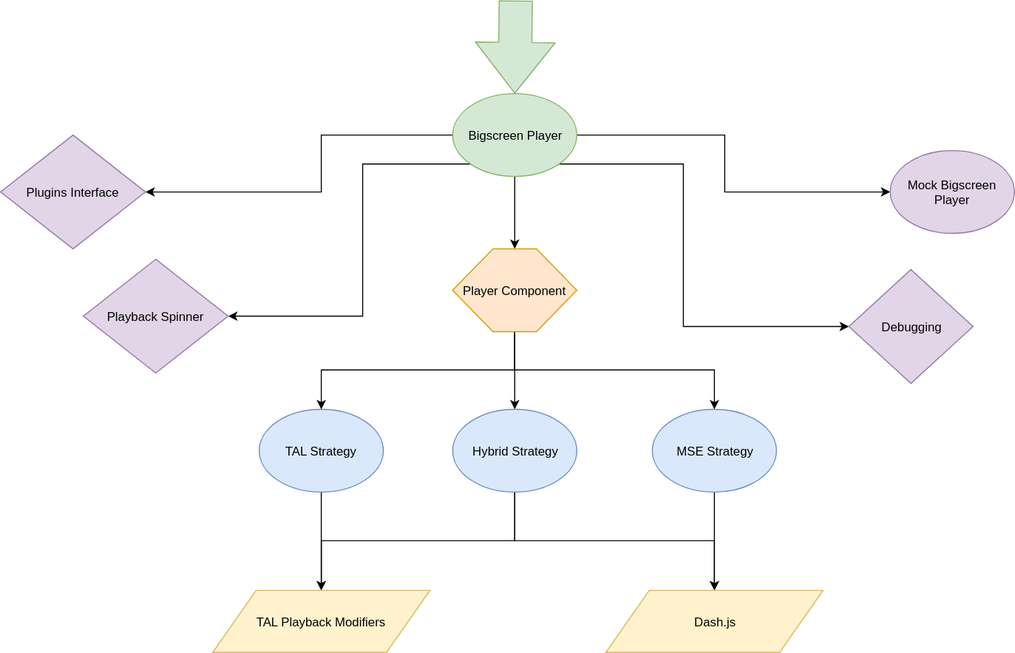
bbc/bigscreen-player keeps this draw.io diagram as docs/arch/overarch.svg. Above is the earlier version. Source tidied: cells renumbered, new cells last; positions are measured from the earlier drawing's top-left corner, leaving out a move shared by most shapes.
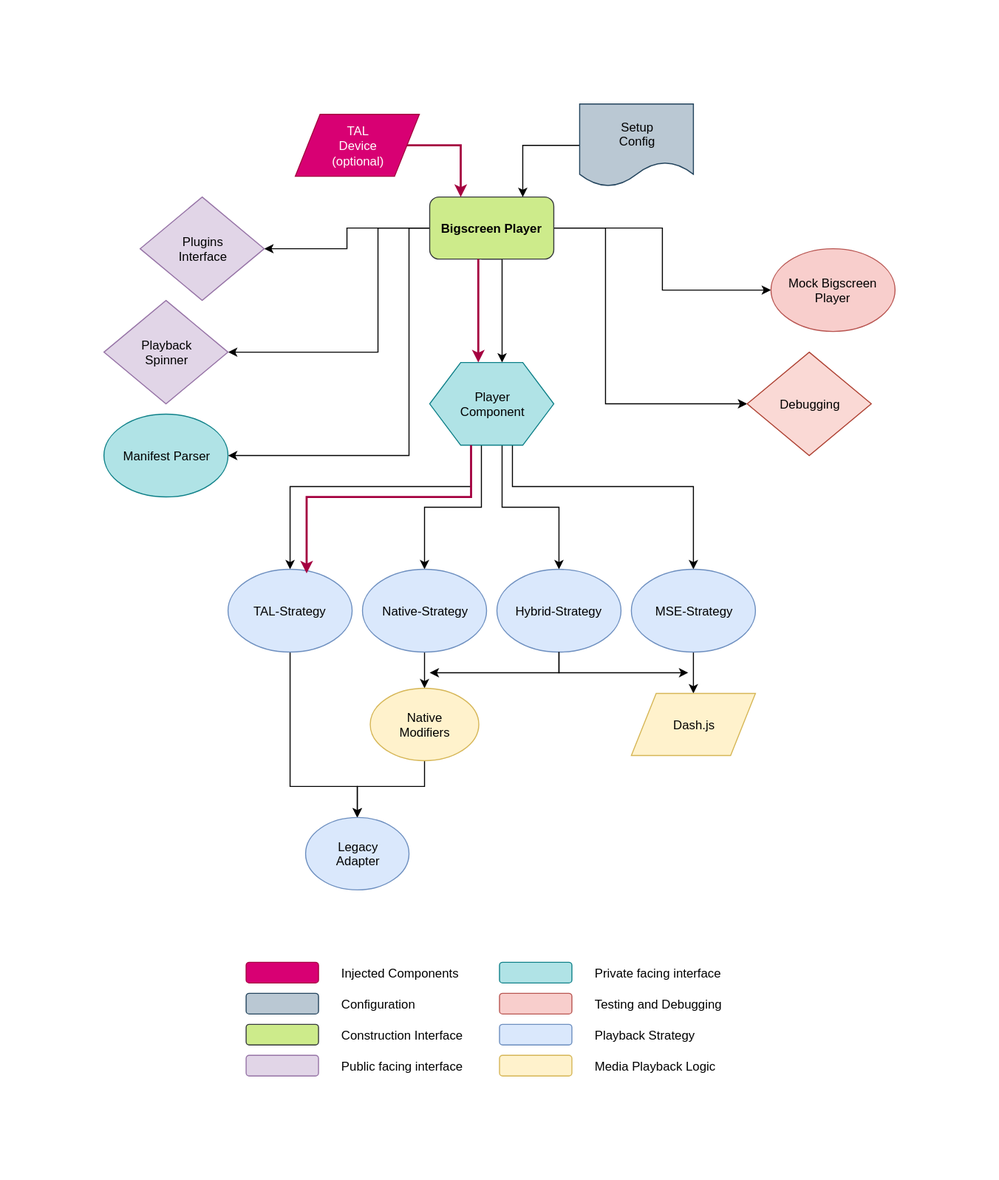
After the commit.

Commit message:
Updated bsp architecture docs image

The edit, as a diff of the source:
```diff
@@ -1,2 +1,2 @@
-<mxGraphModel background="#ffffff">
+<mxGraphModel>
   <root>
@@ -4,18 +4,18 @@
     <mxCell id="1" parent="0" />
-    <mxCell id="2" style="edgeStyle=orthogonalEdgeStyle;rounded=0;html=1;exitX=0.5;exitY=1;entryX=0.5;entryY=0;jettySize=auto;" parent="1" edge="1" source="7" target="18">
-      <mxGeometry relative="1" as="geometry" />
+    <mxCell id="2" style="edgeStyle=orthogonalEdgeStyle;rounded=0;html=1;jettySize=auto;" parent="1" edge="1" target="13">
+      <mxGeometry relative="1" as="geometry">
+        <mxPoint x="120" y="20" as="sourcePoint" />
+        <Array as="points">
+          <mxPoint x="140" y="20" />
+        </Array>
+      </mxGeometry>
     </mxCell>
-    <mxCell id="3" style="edgeStyle=orthogonalEdgeStyle;rounded=0;html=1;exitX=1;exitY=1;jettySize=auto;entryX=0;entryY=0.5;" parent="1" edge="1" source="7" target="23">
-      <mxGeometry relative="1" as="geometry">
-        <Array as="points">
-          <mxPoint x="660" y="158" />
-          <mxPoint x="660" y="315" />
-        </Array>
-      </mxGeometry>
+    <mxCell id="3" style="edgeStyle=orthogonalEdgeStyle;rounded=0;html=1;exitX=1;exitY=0.5;exitDx=0;exitDy=0;entryX=0;entryY=0.5;entryDx=0;entryDy=0;jettySize=auto;" parent="1" edge="1" source="8" target="26">
+      <mxGeometry relative="1" as="geometry" />
     </mxCell>
-    <mxCell id="4" style="edgeStyle=orthogonalEdgeStyle;rounded=0;html=1;exitX=0;exitY=0.5;entryX=1;entryY=0.5;jettySize=auto;" parent="1" edge="1" source="7" target="24">
+    <mxCell id="4" style="edgeStyle=orthogonalEdgeStyle;rounded=0;html=1;exitX=1;exitY=0.5;exitDx=0;exitDy=0;entryX=0;entryY=0.5;entryDx=0;entryDy=0;jettySize=auto;" parent="1" edge="1" source="8" target="28">
       <mxGeometry relative="1" as="geometry">
         <Array as="points">
-          <mxPoint x="310" y="130" />
-          <mxPoint x="310" y="185" />
+          <mxPoint x="240" y="-10" />
+          <mxPoint x="240" y="160" />
         </Array>
@@ -23,7 +23,7 @@
     </mxCell>
-    <mxCell id="5" style="edgeStyle=orthogonalEdgeStyle;rounded=0;html=1;exitX=0;exitY=1;entryX=1;entryY=0.5;jettySize=auto;" parent="1" edge="1" source="7" target="25">
+    <mxCell id="5" style="edgeStyle=orthogonalEdgeStyle;rounded=0;html=1;exitX=0;exitY=0.5;exitDx=0;exitDy=0;entryX=1;entryY=0.5;entryDx=0;entryDy=0;jettySize=auto;" parent="1" edge="1" source="8" target="30">
       <mxGeometry relative="1" as="geometry">
         <Array as="points">
-          <mxPoint x="350" y="158" />
-          <mxPoint x="350" y="305" />
+          <mxPoint x="-10" y="-10" />
+          <mxPoint x="-10" y="10" />
         </Array>
@@ -31,7 +31,7 @@
     </mxCell>
-    <mxCell id="6" style="edgeStyle=orthogonalEdgeStyle;rounded=0;html=1;exitX=1;exitY=0.5;entryX=0;entryY=0.5;jettySize=auto;" parent="1" edge="1" source="7" target="22">
+    <mxCell id="6" style="edgeStyle=orthogonalEdgeStyle;rounded=0;html=1;exitX=0;exitY=0.5;exitDx=0;exitDy=0;entryX=1;entryY=0.5;entryDx=0;entryDy=0;jettySize=auto;" parent="1" edge="1" source="8" target="29">
       <mxGeometry relative="1" as="geometry">
         <Array as="points">
-          <mxPoint x="700" y="130" />
-          <mxPoint x="700" y="185" />
+          <mxPoint x="20" y="-10" />
+          <mxPoint x="20" y="110" />
         </Array>
@@ -39,63 +39,209 @@
     </mxCell>
-    <mxCell id="7" value="Bigscreen Player" style="ellipse;whiteSpace=wrap;html=1;fillColor=#d5e8d4;strokeColor=#82b366;" parent="1" vertex="1">
-      <mxGeometry x="437" y="90" width="120" height="80" as="geometry" />
+    <mxCell id="7" style="edgeStyle=orthogonalEdgeStyle;rounded=0;html=1;exitX=0;exitY=0.5;exitDx=0;exitDy=0;entryX=1;entryY=0.5;entryDx=0;entryDy=0;jettySize=auto;" parent="1" edge="1" source="8" target="27">
+      <mxGeometry relative="1" as="geometry">
+        <Array as="points">
+          <mxPoint x="50" y="-10" />
+          <mxPoint x="50" y="210" />
+        </Array>
+      </mxGeometry>
     </mxCell>
-    <mxCell id="8" style="edgeStyle=orthogonalEdgeStyle;rounded=0;html=1;exitX=0.5;exitY=1;entryX=0.5;entryY=0;jettySize=auto;" parent="1" edge="1" source="9" target="20">
-      <mxGeometry relative="1" as="geometry" />
+    <mxCell id="8" value="Bigscreen Player&lt;br&gt;" style="rounded=1;whiteSpace=wrap;html=1;fontStyle=1;fillColor=#cdeb8b;strokeColor=#36393d;" parent="1" vertex="1">
+      <mxGeometry x="70" y="-40" width="120" height="60" as="geometry" />
     </mxCell>
-    <mxCell id="9" value="TAL Strategy&lt;br&gt;" style="ellipse;whiteSpace=wrap;html=1;fillColor=#dae8fc;strokeColor=#6c8ebf;" parent="1" vertex="1">
-      <mxGeometry x="250" y="394.5" width="120" height="80" as="geometry" />
+    <mxCell id="9" style="edgeStyle=orthogonalEdgeStyle;rounded=0;html=1;exitX=0.375;exitY=1;exitDx=0;exitDy=0;jettySize=auto;entryX=0.5;entryY=0;entryDx=0;entryDy=0;" parent="1" edge="1" source="13" target="15">
+      <mxGeometry relative="1" as="geometry">
+        <Array as="points">
+          <mxPoint x="115" y="160" />
+          <mxPoint x="110" y="160" />
+          <mxPoint x="110" y="240" />
+          <mxPoint x="-65" y="240" />
+        </Array>
+      </mxGeometry>
     </mxCell>
-    <mxCell id="10" style="edgeStyle=orthogonalEdgeStyle;rounded=0;html=1;exitX=0.5;exitY=1;jettySize=auto;" parent="1" edge="1" source="12">
+    <mxCell id="10" style="edgeStyle=orthogonalEdgeStyle;rounded=0;html=1;exitX=0.375;exitY=1;exitDx=0;exitDy=0;entryX=0.5;entryY=0;entryDx=0;entryDy=0;jettySize=auto;" parent="1" edge="1" source="13" target="17">
       <mxGeometry relative="1" as="geometry">
-        <mxPoint x="690" y="570" as="targetPoint" />
+        <Array as="points">
+          <mxPoint x="115" y="160" />
+          <mxPoint x="120" y="160" />
+          <mxPoint x="120" y="260" />
+          <mxPoint x="65" y="260" />
+        </Array>
       </mxGeometry>
     </mxCell>
-    <mxCell id="11" style="edgeStyle=orthogonalEdgeStyle;rounded=0;html=1;exitX=0.5;exitY=1;entryX=0.5;entryY=0;jettySize=auto;" parent="1" edge="1" source="12" target="20">
-      <mxGeometry relative="1" as="geometry" />
+    <mxCell id="11" style="edgeStyle=orthogonalEdgeStyle;rounded=0;html=1;exitX=0.5;exitY=1;exitDx=0;exitDy=0;entryX=0.5;entryY=0;entryDx=0;entryDy=0;jettySize=auto;" parent="1" edge="1" source="13" target="20">
+      <mxGeometry relative="1" as="geometry">
+        <Array as="points">
+          <mxPoint x="130" y="160" />
+          <mxPoint x="140" y="160" />
+          <mxPoint x="140" y="260" />
+          <mxPoint x="195" y="260" />
+        </Array>
+      </mxGeometry>
     </mxCell>
-    <mxCell id="12" value="Hybrid Strategy&lt;br&gt;" style="ellipse;whiteSpace=wrap;html=1;fillColor=#dae8fc;strokeColor=#6c8ebf;" parent="1" vertex="1">
-      <mxGeometry x="437" y="394.5" width="120" height="80" as="geometry" />
+    <mxCell id="12" style="edgeStyle=orthogonalEdgeStyle;rounded=0;html=1;exitX=0.625;exitY=1;exitDx=0;exitDy=0;entryX=0.5;entryY=0;entryDx=0;entryDy=0;jettySize=auto;" parent="1" edge="1" source="13" target="19">
+      <mxGeometry relative="1" as="geometry">
+        <Array as="points">
+          <mxPoint x="145" y="160" />
+          <mxPoint x="150" y="160" />
+          <mxPoint x="150" y="240" />
+          <mxPoint x="325" y="240" />
+        </Array>
+      </mxGeometry>
     </mxCell>
-    <mxCell id="13" style="edgeStyle=orthogonalEdgeStyle;rounded=0;html=1;exitX=0.5;exitY=1;entryX=0.5;entryY=0;jettySize=auto;" parent="1" edge="1" source="14" target="21">
-      <mxGeometry relative="1" as="geometry" />
+    <mxCell id="13" value="Player &lt;br&gt;Component" style="shape=hexagon;perimeter=hexagonPerimeter2;whiteSpace=wrap;html=1;fillColor=#b0e3e6;strokeColor=#0e8088;" parent="1" vertex="1">
+      <mxGeometry x="70" y="120" width="120" height="80" as="geometry" />
     </mxCell>
-    <mxCell id="14" value="MSE Strategy&lt;br&gt;" style="ellipse;whiteSpace=wrap;html=1;fillColor=#dae8fc;strokeColor=#6c8ebf;" parent="1" vertex="1">
-      <mxGeometry x="630" y="394.5" width="120" height="80" as="geometry" />
+    <mxCell id="14" style="edgeStyle=orthogonalEdgeStyle;rounded=0;html=1;exitX=0.5;exitY=1;exitDx=0;exitDy=0;entryX=0.5;entryY=0;entryDx=0;entryDy=0;jettySize=auto;" parent="1" edge="1" source="15" target="25">
+      <mxGeometry relative="1" as="geometry">
+        <Array as="points">
+          <mxPoint x="-65" y="530" />
+          <mxPoint y="530" />
+        </Array>
+      </mxGeometry>
     </mxCell>
-    <mxCell id="15" style="edgeStyle=orthogonalEdgeStyle;rounded=0;html=1;exitX=0.5;exitY=1;entryX=0.5;entryY=0;jettySize=auto;" parent="1" edge="1" source="18" target="9">
-      <mxGeometry relative="1" as="geometry" />
+    <mxCell id="15" value="TAL-Strategy" style="ellipse;whiteSpace=wrap;html=1;fillColor=#dae8fc;strokeColor=#6c8ebf;" parent="1" vertex="1">
+      <mxGeometry x="-125" y="320" width="120" height="80" as="geometry" />
     </mxCell>
-    <mxCell id="16" style="edgeStyle=orthogonalEdgeStyle;rounded=0;html=1;exitX=0.5;exitY=1;entryX=0.5;entryY=0;jettySize=auto;" parent="1" edge="1" source="18" target="12">
+    <mxCell id="16" style="edgeStyle=orthogonalEdgeStyle;rounded=0;html=1;exitX=0.5;exitY=1;exitDx=0;exitDy=0;entryX=0.5;entryY=0;entryDx=0;entryDy=0;jettySize=auto;" parent="1" edge="1" source="17" target="33">
       <mxGeometry relative="1" as="geometry" />
     </mxCell>
-    <mxCell id="17" style="edgeStyle=orthogonalEdgeStyle;rounded=0;html=1;exitX=0.5;exitY=1;entryX=0.5;entryY=0;jettySize=auto;" parent="1" edge="1" source="18" target="14">
-      <mxGeometry relative="1" as="geometry" />
+    <mxCell id="17" value="Native-Strategy" style="ellipse;whiteSpace=wrap;html=1;fillColor=#dae8fc;strokeColor=#6c8ebf;" parent="1" vertex="1">
+      <mxGeometry x="5" y="320" width="120" height="80" as="geometry" />
     </mxCell>
-    <mxCell id="18" value="Player Component" style="shape=hexagon;perimeter=hexagonPerimeter2;whiteSpace=wrap;html=1;size=0.325;fillColor=#ffe6cc;strokeColor=#d79b00;" parent="1" vertex="1">
-      <mxGeometry x="437" y="240" width="120" height="80" as="geometry" />
+    <mxCell id="18" style="edgeStyle=orthogonalEdgeStyle;rounded=0;html=1;exitX=0.5;exitY=1;exitDx=0;exitDy=0;entryX=0.5;entryY=0;entryDx=0;entryDy=0;jettySize=auto;" parent="1" edge="1" source="19" target="21">
+      <mxGeometry relative="1" as="geometry" />
     </mxCell>
-    <mxCell id="19" style="shape=flexArrow;endArrow=classic;html=1;fillColor=#d5e8d4;entryX=0.5;entryY=0;strokeColor=#82b366;endWidth=44;endSize=16;width=32;" parent="1" edge="1" target="7">
-      <mxGeometry relative="1" as="geometry">
-        <mxPoint x="498" as="sourcePoint" />
-      </mxGeometry>
+    <mxCell id="19" value="MSE-Strategy" style="ellipse;whiteSpace=wrap;html=1;fillColor=#dae8fc;strokeColor=#6c8ebf;" parent="1" vertex="1">
+      <mxGeometry x="265" y="320" width="120" height="80" as="geometry" />
     </mxCell>
-    <mxCell id="20" value="TAL Playback Modifiers" style="shape=parallelogram;perimeter=parallelogramPerimeter;whiteSpace=wrap;html=1;fillColor=#fff2cc;strokeColor=#d6b656;" parent="1" vertex="1">
-      <mxGeometry x="205" y="570" width="210" height="60" as="geometry" />
+    <mxCell id="20" value="Hybrid-Strategy" style="ellipse;whiteSpace=wrap;html=1;fillColor=#dae8fc;strokeColor=#6c8ebf;" parent="1" vertex="1">
+      <mxGeometry x="135" y="320" width="120" height="80" as="geometry" />
     </mxCell>
-    <mxCell id="21" value="Dash.js" style="shape=parallelogram;perimeter=parallelogramPerimeter;whiteSpace=wrap;html=1;fillColor=#fff2cc;strokeColor=#d6b656;" parent="1" vertex="1">
-      <mxGeometry x="585" y="570" width="210" height="60" as="geometry" />
+    <mxCell id="21" value="Dash.js&lt;br&gt;" style="shape=parallelogram;perimeter=parallelogramPerimeter;whiteSpace=wrap;html=1;fillColor=#fff2cc;strokeColor=#d6b656;" parent="1" vertex="1">
+      <mxGeometry x="265" y="440" width="120" height="60" as="geometry" />
     </mxCell>
-    <mxCell id="22" value="Mock Bigscreen Player" style="ellipse;whiteSpace=wrap;html=1;fillColor=#e1d5e7;strokeColor=#9673a6;" parent="1" vertex="1">
-      <mxGeometry x="860" y="145" width="120" height="80" as="geometry" />
+    <mxCell id="22" style="edgeStyle=orthogonalEdgeStyle;rounded=0;html=1;exitX=0.5;exitY=1;exitDx=0;exitDy=0;entryX=0.5;entryY=0;entryDx=0;entryDy=0;jettySize=auto;" parent="1" edge="1" source="33" target="25">
+      <mxGeometry relative="1" as="geometry">
+        <Array as="points">
+          <mxPoint x="65" y="530" />
+          <mxPoint y="530" />
+        </Array>
+      </mxGeometry>
     </mxCell>
-    <mxCell id="23" value="Debugging" style="rhombus;whiteSpace=wrap;html=1;fillColor=#e1d5e7;strokeColor=#9673a6;" parent="1" vertex="1">
-      <mxGeometry x="820" y="260" width="120" height="110" as="geometry" />
+    <mxCell id="23" style="edgeStyle=orthogonalEdgeStyle;rounded=0;html=1;exitX=1;exitY=0.5;exitDx=0;exitDy=0;entryX=0.25;entryY=0;entryDx=0;entryDy=0;jettySize=auto;strokeWidth=2;fillColor=#d80073;strokeColor=#A50040;" parent="1" edge="1" source="24" target="8">
+      <mxGeometry relative="1" as="geometry" />
     </mxCell>
-    <mxCell id="24" value="Plugins Interface" style="rhombus;whiteSpace=wrap;html=1;fillColor=#e1d5e7;strokeColor=#9673a6;" parent="1" vertex="1">
-      <mxGeometry y="130" width="140" height="110" as="geometry" />
+    <mxCell id="24" value="TAL&lt;br&gt;Device&lt;br&gt;(optional)&lt;br&gt;" style="shape=parallelogram;perimeter=parallelogramPerimeter;whiteSpace=wrap;html=1;fillColor=#d80073;strokeColor=#A50040;fontColor=#ffffff;" parent="1" vertex="1">
+      <mxGeometry x="-60" y="-120" width="120" height="60" as="geometry" />
     </mxCell>
-    <mxCell id="25" value="Playback Spinner" style="rhombus;whiteSpace=wrap;html=1;fillColor=#e1d5e7;strokeColor=#9673a6;" parent="1" vertex="1">
-      <mxGeometry x="80" y="250" width="140" height="110" as="geometry" />
+    <mxCell id="25" value="Legacy&lt;br&gt;Adapter&lt;br&gt;" style="ellipse;whiteSpace=wrap;html=1;fillColor=#dae8fc;strokeColor=#6c8ebf;" parent="1" vertex="1">
+      <mxGeometry x="-50" y="560" width="100" height="70" as="geometry" />
     </mxCell>
+    <mxCell id="26" value="Mock Bigscreen&lt;br&gt;Player&lt;br&gt;" style="ellipse;whiteSpace=wrap;html=1;fillColor=#f8cecc;strokeColor=#b85450;" parent="1" vertex="1">
+      <mxGeometry x="400" y="10" width="120" height="80" as="geometry" />
+    </mxCell>
+    <mxCell id="27" value="Manifest Parser" style="ellipse;whiteSpace=wrap;html=1;fillColor=#b0e3e6;strokeColor=#0e8088;" parent="1" vertex="1">
+      <mxGeometry x="-245" y="170" width="120" height="80" as="geometry" />
+    </mxCell>
+    <mxCell id="28" value="Debugging" style="rhombus;whiteSpace=wrap;html=1;fillColor=#fad9d5;strokeColor=#ae4132;" parent="1" vertex="1">
+      <mxGeometry x="377" y="110" width="120" height="100" as="geometry" />
+    </mxCell>
+    <mxCell id="29" value="Playback &lt;br&gt;Spinner" style="rhombus;whiteSpace=wrap;html=1;fillColor=#e1d5e7;strokeColor=#9673a6;" parent="1" vertex="1">
+      <mxGeometry x="-245" y="60" width="120" height="100" as="geometry" />
+    </mxCell>
+    <mxCell id="30" value="Plugins &lt;br&gt;Interface" style="rhombus;whiteSpace=wrap;html=1;fillColor=#e1d5e7;strokeColor=#9673a6;" parent="1" vertex="1">
+      <mxGeometry x="-210" y="-40" width="120" height="100" as="geometry" />
+    </mxCell>
+    <mxCell id="31" style="endArrow=classic;html=1;exitX=0.5;exitY=1;exitDx=0;exitDy=0;rounded=0;" parent="1" edge="1" source="20">
+      <mxGeometry relative="1" as="geometry">
+        <mxPoint x="320" y="420" as="targetPoint" />
+        <Array as="points">
+          <mxPoint x="195" y="420" />
+        </Array>
+      </mxGeometry>
+    </mxCell>
+    <mxCell id="32" style="endArrow=classic;html=1;exitX=0.5;exitY=1;exitDx=0;exitDy=0;rounded=0;" parent="1" edge="1" source="20">
+      <mxGeometry relative="1" as="geometry">
+        <mxPoint x="70" y="420" as="targetPoint" />
+        <Array as="points">
+          <mxPoint x="195" y="420" />
+        </Array>
+      </mxGeometry>
+    </mxCell>
+    <mxCell id="33" value="Native&lt;br&gt;Modifiers&lt;br&gt;" style="ellipse;whiteSpace=wrap;html=1;fillColor=#fff2cc;strokeColor=#d6b656;" parent="1" vertex="1">
+      <mxGeometry x="12.5" y="435" width="105" height="70" as="geometry" />
+    </mxCell>
+    <mxCell id="34" style="edgeStyle=orthogonalEdgeStyle;rounded=0;html=1;exitX=0;exitY=0.5;exitDx=0;exitDy=0;entryX=0.75;entryY=0;entryDx=0;entryDy=0;jettySize=auto;strokeWidth=1;" parent="1" edge="1" source="35" target="8">
+      <mxGeometry relative="1" as="geometry" />
+    </mxCell>
+    <mxCell id="35" value="Setup&lt;br&gt;Config&lt;br&gt;" style="shape=document;whiteSpace=wrap;html=1;boundedLbl=1;fillColor=#bac8d3;strokeColor=#23445d;" parent="1" vertex="1">
+      <mxGeometry x="215" y="-130" width="110" height="80" as="geometry" />
+    </mxCell>
+    <mxCell id="36" style="edgeStyle=orthogonalEdgeStyle;rounded=0;html=1;jettySize=auto;orthogonalLoop=1;fillColor=#d80073;strokeColor=#A50040;strokeWidth=2;" parent="1" edge="1">
+      <mxGeometry relative="1" as="geometry">
+        <mxPoint x="117" y="20" as="sourcePoint" />
+        <mxPoint x="117" y="120" as="targetPoint" />
+        <Array as="points">
+          <mxPoint x="117" y="20" />
+        </Array>
+      </mxGeometry>
+    </mxCell>
+    <mxCell id="37" style="edgeStyle=orthogonalEdgeStyle;rounded=0;html=1;jettySize=auto;fillColor=#d80073;strokeColor=#A50040;entryX=0.635;entryY=0.048;entryDx=0;entryDy=0;entryPerimeter=0;strokeWidth=2;" parent="1" edge="1" target="15">
+      <mxGeometry relative="1" as="geometry">
+        <mxPoint x="110" y="200" as="sourcePoint" />
+        <Array as="points">
+          <mxPoint x="110" y="200" />
+          <mxPoint x="110" y="250" />
+          <mxPoint x="-49" y="250" />
+        </Array>
+      </mxGeometry>
+    </mxCell>
+    <mxCell id="38" style="rounded=1;whiteSpace=wrap;html=1;fillColor=#d80073;strokeColor=#A50040;fontColor=#ffffff;" parent="1" vertex="1">
+      <mxGeometry x="-107.5" y="700" width="70" height="20" as="geometry" />
+    </mxCell>
+    <mxCell id="39" style="rounded=1;whiteSpace=wrap;html=1;fontStyle=1;fillColor=#bac8d3;strokeColor=#23445d;" parent="1" vertex="1">
+      <mxGeometry x="-107.5" y="730" width="70" height="20" as="geometry" />
+    </mxCell>
+    <mxCell id="40" style="rounded=1;whiteSpace=wrap;html=1;fillColor=#cdeb8b;strokeColor=#36393d;" parent="1" vertex="1">
+      <mxGeometry x="-107.5" y="760" width="70" height="20" as="geometry" />
+    </mxCell>
+    <mxCell id="41" style="rounded=1;whiteSpace=wrap;html=1;fillColor=#e1d5e7;strokeColor=#9673a6;" parent="1" vertex="1">
+      <mxGeometry x="-107.5" y="790" width="70" height="20" as="geometry" />
+    </mxCell>
+    <mxCell id="42" style="rounded=1;whiteSpace=wrap;html=1;fillColor=#f8cecc;strokeColor=#b85450;" parent="1" vertex="1">
+      <mxGeometry x="137.5" y="730" width="70" height="20" as="geometry" />
+    </mxCell>
+    <mxCell id="43" style="rounded=1;whiteSpace=wrap;html=1;fillColor=#dae8fc;strokeColor=#6c8ebf;" parent="1" vertex="1">
+      <mxGeometry x="137.5" y="760" width="70" height="20" as="geometry" />
+    </mxCell>
+    <mxCell id="44" style="rounded=1;whiteSpace=wrap;html=1;fillColor=#fff2cc;strokeColor=#d6b656;" parent="1" vertex="1">
+      <mxGeometry x="137.5" y="790" width="70" height="20" as="geometry" />
+    </mxCell>
+    <mxCell id="45" value="Injected Components" style="text;html=1;strokeColor=none;fillColor=none;align=left;verticalAlign=middle;whiteSpace=wrap;rounded=0;" parent="1" vertex="1">
+      <mxGeometry x="-17.5" y="700" width="140" height="20" as="geometry" />
+    </mxCell>
+    <mxCell id="46" value="Configuration" style="text;html=1;strokeColor=none;fillColor=none;align=left;verticalAlign=middle;whiteSpace=wrap;rounded=0;" parent="1" vertex="1">
+      <mxGeometry x="-17.5" y="730" width="140" height="20" as="geometry" />
+    </mxCell>
+    <mxCell id="47" value="Construction Interface" style="text;html=1;strokeColor=none;fillColor=none;align=left;verticalAlign=middle;whiteSpace=wrap;rounded=0;" parent="1" vertex="1">
+      <mxGeometry x="-17.5" y="760" width="140" height="20" as="geometry" />
+    </mxCell>
+    <mxCell id="48" value="Public facing interface" style="text;html=1;strokeColor=none;fillColor=none;align=left;verticalAlign=middle;whiteSpace=wrap;rounded=0;" parent="1" vertex="1">
+      <mxGeometry x="-17.5" y="790" width="140" height="20" as="geometry" />
+    </mxCell>
+    <mxCell id="49" value="Testing and Debugging" style="text;html=1;strokeColor=none;fillColor=none;align=left;verticalAlign=middle;whiteSpace=wrap;rounded=0;" parent="1" vertex="1">
+      <mxGeometry x="227.5" y="730" width="140" height="20" as="geometry" />
+    </mxCell>
+    <mxCell id="50" style="rounded=1;whiteSpace=wrap;html=1;fillColor=#b0e3e6;strokeColor=#0e8088;" parent="1" vertex="1">
+      <mxGeometry x="137.5" y="700" width="70" height="20" as="geometry" />
+    </mxCell>
+    <mxCell id="51" value="Private facing interface" style="text;html=1;strokeColor=none;fillColor=none;align=left;verticalAlign=middle;whiteSpace=wrap;rounded=0;" parent="1" vertex="1">
+      <mxGeometry x="227.5" y="700" width="140" height="20" as="geometry" />
+    </mxCell>
+    <mxCell id="52" value="Playback Strategy" style="text;html=1;strokeColor=none;fillColor=none;align=left;verticalAlign=middle;whiteSpace=wrap;rounded=0;" parent="1" vertex="1">
+      <mxGeometry x="227.5" y="760" width="140" height="20" as="geometry" />
+    </mxCell>
+    <mxCell id="53" value="Media Playback Logic" style="text;html=1;strokeColor=none;fillColor=none;align=left;verticalAlign=middle;whiteSpace=wrap;rounded=0;" parent="1" vertex="1">
+      <mxGeometry x="227.5" y="790" width="140" height="20" as="geometry" />
+    </mxCell>
   </root>
```
